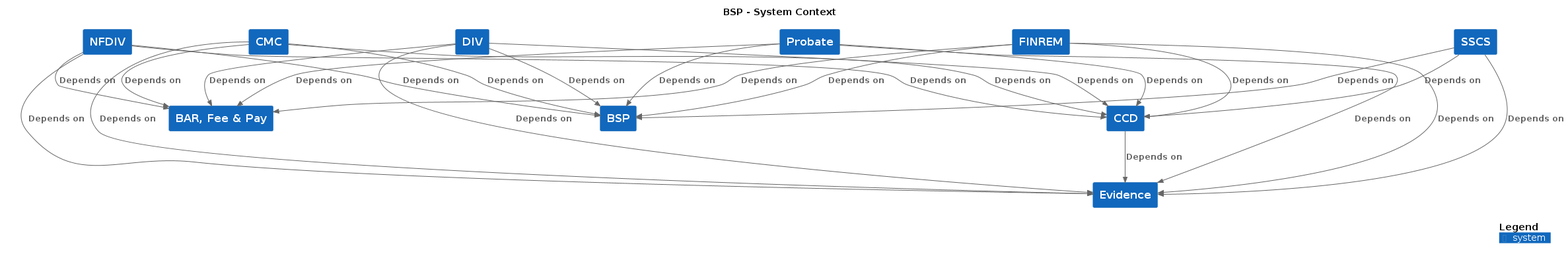
Above: docs/c4/bsp/images/structurizr-bsp-context.png in hmcts/cnp-api-docs (PlantUML), before the change. Its diagram source:
```plantuml
@startuml
title BSP - System Context

top to bottom direction

!include https://raw.githubusercontent.com/plantuml-stdlib/C4-PlantUML/master/C4.puml
!include https://raw.githubusercontent.com/plantuml-stdlib/C4-PlantUML/master/C4_Context.puml

System(NFDIV, "NFDIV", "", $tags="")
System(CCD, "CCD", "", $tags="")
System(Evidence, "Evidence", "", $tags="")
System(BSP, "BSP", "", $tags="")
System(CMC, "CMC", "", $tags="")
System(DIV, "DIV", "", $tags="")
System(FINREM, "FINREM", "", $tags="")
System(Probate, "Probate", "", $tags="")
System(SSCS, "SSCS", "", $tags="")
System(BARFeePay, "BAR, Fee & Pay", "", $tags="")

Rel_D(CCD, Evidence, "Depends on", $tags="")
Rel_D(CMC, BARFeePay, "Depends on", $tags="")
Rel_D(CMC, CCD, "Depends on", $tags="")
Rel_D(CMC, Evidence, "Depends on", $tags="")
Rel_D(CMC, BSP, "Depends on", $tags="")
Rel_D(DIV, Evidence, "Depends on", $tags="")
Rel_D(DIV, BARFeePay, "Depends on", $tags="")
Rel_D(DIV, CCD, "Depends on", $tags="")
Rel_D(DIV, BSP, "Depends on", $tags="")
Rel_D(FINREM, BARFeePay, "Depends on", $tags="")
Rel_D(FINREM, CCD, "Depends on", $tags="")
Rel_D(FINREM, BSP, "Depends on", $tags="")
Rel_D(FINREM, Evidence, "Depends on", $tags="")
Rel_D(Probate, CCD, "Depends on", $tags="")
Rel_D(Probate, BARFeePay, "Depends on", $tags="")
Rel_D(Probate, Evidence, "Depends on", $tags="")
Rel_D(Probate, BSP, "Depends on", $tags="")
Rel_D(SSCS, CCD, "Depends on", $tags="")
Rel_D(SSCS, Evidence, "Depends on", $tags="")
Rel_D(SSCS, BSP, "Depends on", $tags="")
Rel_D(NFDIV, CCD, "Depends on", $tags="")
Rel_D(NFDIV, BARFeePay, "Depends on", $tags="")
Rel_D(NFDIV, Evidence, "Depends on", $tags="")
Rel_D(NFDIV, BSP, "Depends on", $tags="")

SHOW_DYNAMIC_LEGEND()
@enduml
```
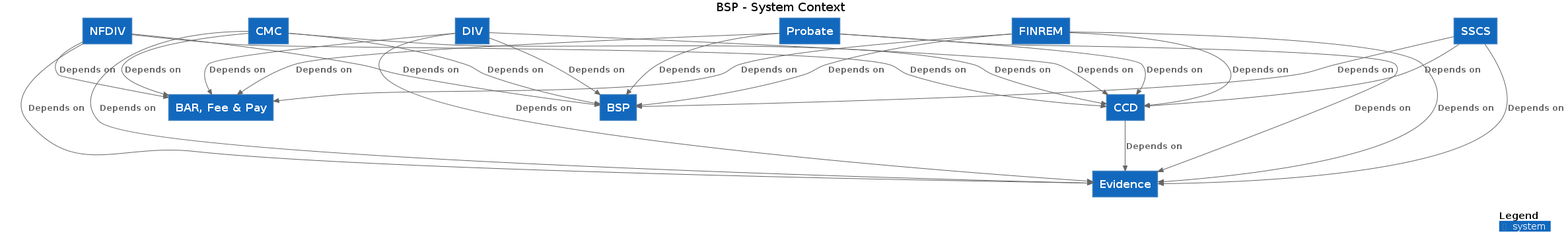
The same diagram one commit later.

Diff of the diagram source:
```diff
@@ -3,44 +3,44 @@
 
 top to bottom direction
 
-!include https://raw.githubusercontent.com/plantuml-stdlib/C4-PlantUML/master/C4.puml
-!include https://raw.githubusercontent.com/plantuml-stdlib/C4-PlantUML/master/C4_Context.puml
+!includeurl https://raw.githubusercontent.com/plantuml-stdlib/C4-PlantUML/master/C4.puml
+!includeurl https://raw.githubusercontent.com/plantuml-stdlib/C4-PlantUML/master/C4_Context.puml
 
-System(NFDIV, "NFDIV", "", $tags="")
-System(CCD, "CCD", "", $tags="")
-System(Evidence, "Evidence", "", $tags="")
-System(BSP, "BSP", "", $tags="")
-System(CMC, "CMC", "", $tags="")
-System(DIV, "DIV", "", $tags="")
-System(FINREM, "FINREM", "", $tags="")
-System(Probate, "Probate", "", $tags="")
-System(SSCS, "SSCS", "", $tags="")
-System(BARFeePay, "BAR, Fee & Pay", "", $tags="")
+System(NFDIV, "NFDIV", "")
+System(CCD, "CCD", "")
+System(Evidence, "Evidence", "")
+System(BSP, "BSP", "")
+System(CMC, "CMC", "")
+System(DIV, "DIV", "")
+System(FINREM, "FINREM", "")
+System(Probate, "Probate", "")
+System(SSCS, "SSCS", "")
+System(BARFeePay, "BAR, Fee & Pay", "")
 
-Rel_D(CCD, Evidence, "Depends on", $tags="")
-Rel_D(CMC, BARFeePay, "Depends on", $tags="")
-Rel_D(CMC, CCD, "Depends on", $tags="")
-Rel_D(CMC, Evidence, "Depends on", $tags="")
-Rel_D(CMC, BSP, "Depends on", $tags="")
-Rel_D(DIV, Evidence, "Depends on", $tags="")
-Rel_D(DIV, BARFeePay, "Depends on", $tags="")
-Rel_D(DIV, CCD, "Depends on", $tags="")
-Rel_D(DIV, BSP, "Depends on", $tags="")
-Rel_D(FINREM, BARFeePay, "Depends on", $tags="")
-Rel_D(FINREM, CCD, "Depends on", $tags="")
-Rel_D(FINREM, BSP, "Depends on", $tags="")
-Rel_D(FINREM, Evidence, "Depends on", $tags="")
-Rel_D(Probate, CCD, "Depends on", $tags="")
-Rel_D(Probate, BARFeePay, "Depends on", $tags="")
-Rel_D(Probate, Evidence, "Depends on", $tags="")
-Rel_D(Probate, BSP, "Depends on", $tags="")
-Rel_D(SSCS, CCD, "Depends on", $tags="")
-Rel_D(SSCS, Evidence, "Depends on", $tags="")
-Rel_D(SSCS, BSP, "Depends on", $tags="")
-Rel_D(NFDIV, CCD, "Depends on", $tags="")
-Rel_D(NFDIV, BARFeePay, "Depends on", $tags="")
-Rel_D(NFDIV, Evidence, "Depends on", $tags="")
-Rel_D(NFDIV, BSP, "Depends on", $tags="")
+Rel_D(CCD, Evidence, "Depends on")
+Rel_D(CMC, BARFeePay, "Depends on")
+Rel_D(CMC, CCD, "Depends on")
+Rel_D(CMC, Evidence, "Depends on")
+Rel_D(CMC, BSP, "Depends on")
+Rel_D(DIV, Evidence, "Depends on")
+Rel_D(DIV, BARFeePay, "Depends on")
+Rel_D(DIV, CCD, "Depends on")
+Rel_D(DIV, BSP, "Depends on")
+Rel_D(FINREM, BARFeePay, "Depends on")
+Rel_D(FINREM, CCD, "Depends on")
+Rel_D(FINREM, BSP, "Depends on")
+Rel_D(FINREM, Evidence, "Depends on")
+Rel_D(Probate, CCD, "Depends on")
+Rel_D(Probate, BARFeePay, "Depends on")
+Rel_D(Probate, Evidence, "Depends on")
+Rel_D(Probate, BSP, "Depends on")
+Rel_D(SSCS, CCD, "Depends on")
+Rel_D(SSCS, Evidence, "Depends on")
+Rel_D(SSCS, BSP, "Depends on")
+Rel_D(NFDIV, CCD, "Depends on")
+Rel_D(NFDIV, BARFeePay, "Depends on")
+Rel_D(NFDIV, Evidence, "Depends on")
+Rel_D(NFDIV, BSP, "Depends on")
 
 SHOW_DYNAMIC_LEGEND()
 @enduml
```
